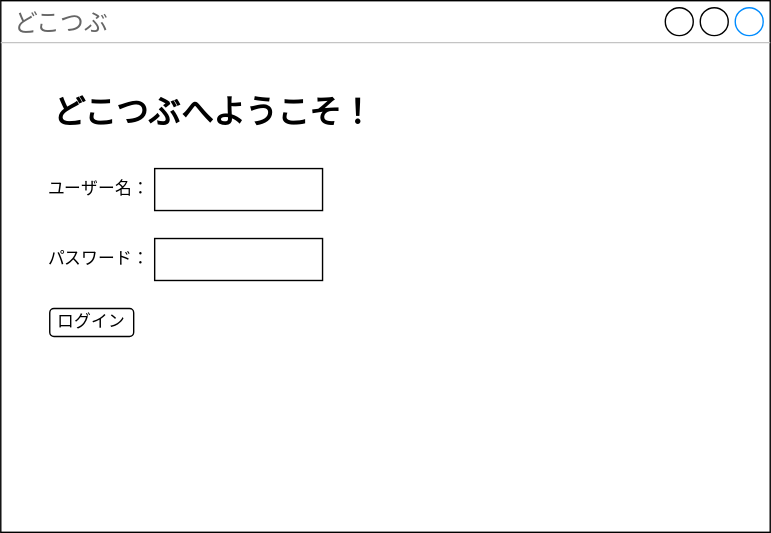
Earlier version of the draw.io export Screen design document.drawio.svg (SZTTSG/sofewareEngneeringIntroduction). Source tidied: cells renumbered, new cells last; positions are measured from the earlier drawing's top-left corner, leaving out a move shared by most shapes.
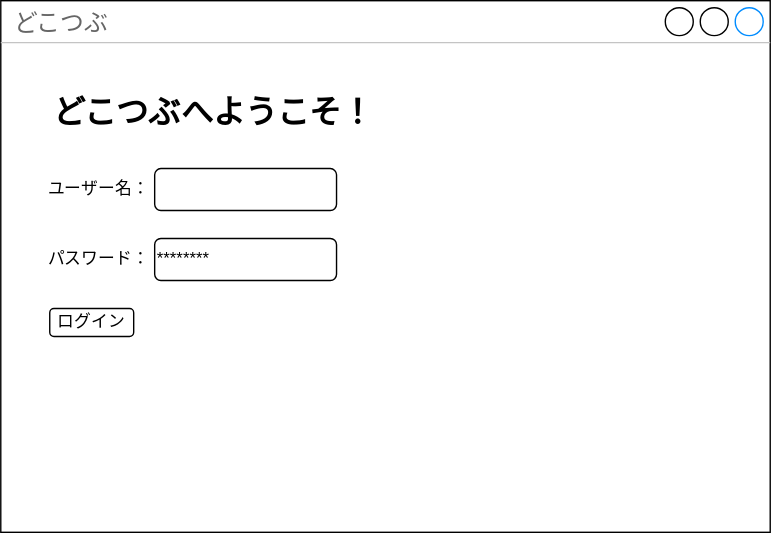
After the commit.

Commit message:
Screen design document.drawio.svg を更新します

The edit, as a diff of the source:
```diff
@@ -5,12 +5,6 @@
     <mxCell id="2" value="どこつぶ" style="strokeWidth=1;shadow=0;dashed=0;align=center;html=1;shape=mxgraph.mockup.containers.window;align=left;verticalAlign=top;spacingLeft=8;strokeColor2=#008cff;strokeColor3=#c4c4c4;fontColor=#666666;mainText=;fontSize=17;labelBackgroundColor=none;whiteSpace=wrap;" parent="1" vertex="1">
       <mxGeometry width="550" height="380" as="geometry" />
     </mxCell>
-    <mxCell id="3" style="rounded=0;whiteSpace=wrap;html=1;" parent="1" vertex="1">
-      <mxGeometry x="110" y="120" width="120" height="30" as="geometry" />
-    </mxCell>
-    <mxCell id="4" style="rounded=0;whiteSpace=wrap;html=1;" parent="1" vertex="1">
-      <mxGeometry x="110" y="170" width="120" height="30" as="geometry" />
-    </mxCell>
     <mxCell id="5" value="ユーザー名：" style="text;html=1;align=center;verticalAlign=middle;whiteSpace=wrap;rounded=0;" parent="1" vertex="1">
       <mxGeometry x="30" y="120" width="80" height="30" as="geometry" />
     </mxCell>
@@ -23,5 +17,11 @@
     <mxCell id="8" value="&lt;font style=&quot;font-size: 23px;&quot;&gt;&lt;b&gt;どこつぶへようこそ！&lt;/b&gt;&lt;/font&gt;" style="text;html=1;align=center;verticalAlign=middle;whiteSpace=wrap;rounded=0;" parent="1" vertex="1">
       <mxGeometry x="35" y="50" width="235" height="60" as="geometry" />
     </mxCell>
+    <mxCell id="9" style="rounded=1;whiteSpace=wrap;html=1;" parent="1" vertex="1">
+      <mxGeometry x="110" y="120" width="130" height="30" as="geometry" />
+    </mxCell>
+    <mxCell id="10" value="********" style="rounded=1;whiteSpace=wrap;html=1;align=left;" parent="1" vertex="1">
+      <mxGeometry x="110" y="170" width="130" height="30" as="geometry" />
+    </mxCell>
   </root>
 </mxGraphModel>
```
